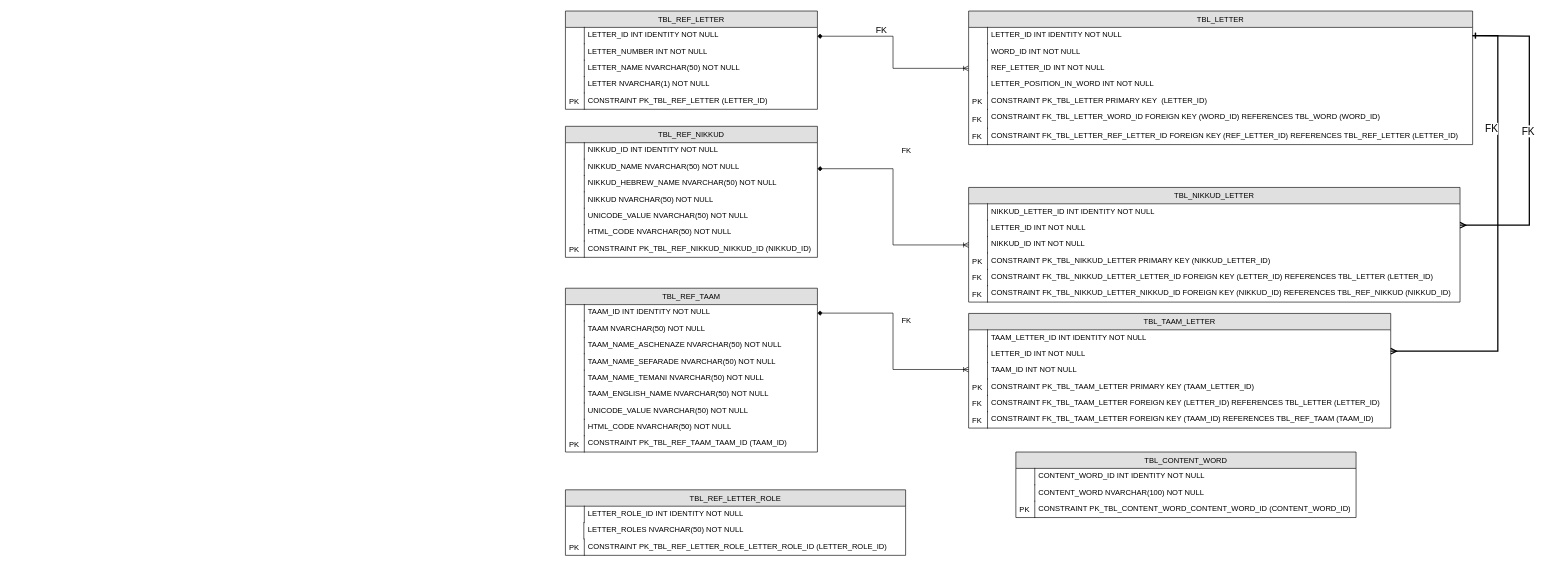
Earlier version of the draw.io diagram database/db_drawings/letters.schema.drawio (mdanielov/limud-kodesh). Source tidied: cells renumbered, new cells numbered last; positions are measured from the earlier drawing's top-left corner, leaving out a move shared by most shapes. Both pictures are drawn from the tidied source at 63%, with x=0, y=0 at pixel (565, 11).
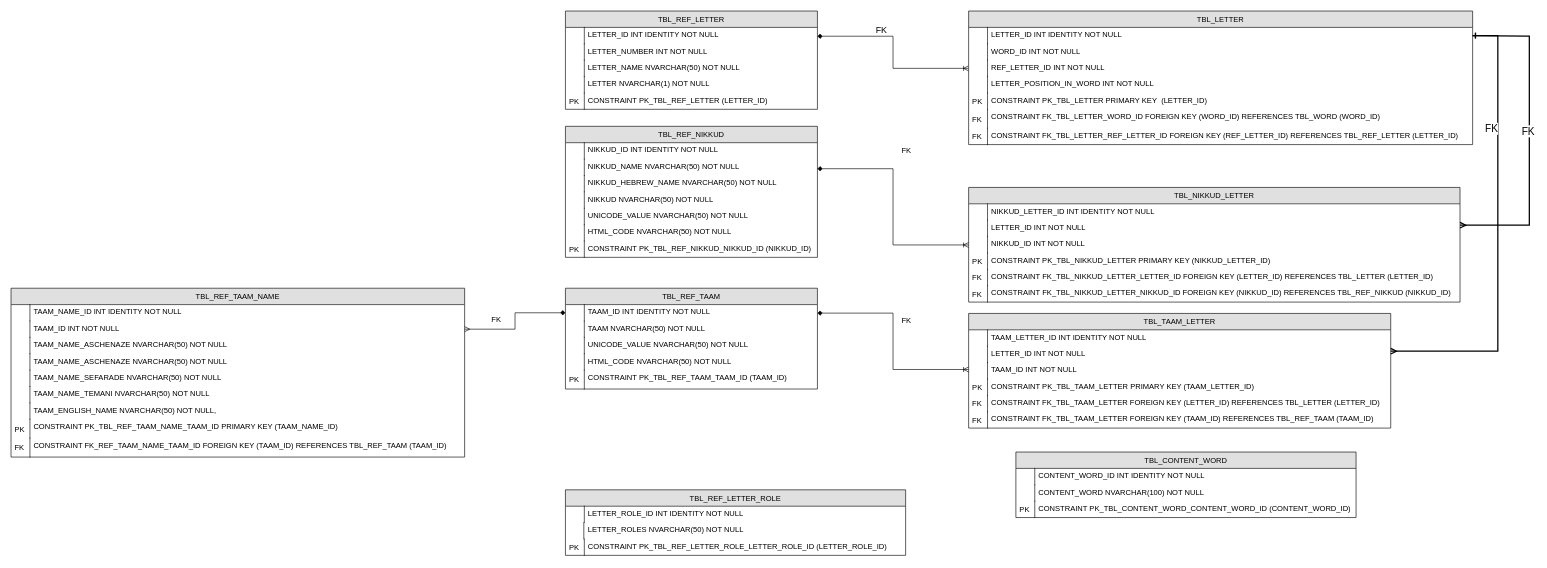
The same page after the edit.

Commit message (it also covers changes not shown here):
New table 06_tbl_ref_taam_name and update python code of insert letters,taam and nikkud in db

Unchanged cells that the change refers to:
```xml
<mxCell id="32" value="TAAM_ID INT IDENTITY NOT NULL" style="shape=partialRectangle;top=0;left=0;right=0;bottom=0;align=left;verticalAlign=top;spacingTop=-2;fillColor=none;spacingLeft=34;spacingRight=4;overflow=hidden;points=[[0,0.5],[1,0.5]];portConstraint=eastwest;" parent="31" vertex="1">
  <mxGeometry y="26" width="400" height="26" as="geometry" />
</mxCell>
```

Change to the diagram source:
```diff
@@
     <mxCell id="31" value="TBL_REF_TAAM" style="swimlane;fontStyle=0;horizontal=1;startSize=26;fillColor=#e0e0e0;swimlaneFillColor=#ffffff;align=center;" parent="1" vertex="1">
-      <mxGeometry y="440" width="400" height="260" as="geometry" />
+      <mxGeometry y="440" width="400" height="160" as="geometry" />
     </mxCell>
@@
-    <mxCell id="36" value="TAAM_NAME_ASCHENAZE NVARCHAR(50) NOT NULL" style="shape=partialRectangle;top=0;left=0;right=0;bottom=0;align=left;verticalAlign=top;spacingTop=-2;fillColor=none;spacingLeft=34;spacingRight=4;overflow=hidden;" parent="31" vertex="1">
-      <mxGeometry y="78" width="400" height="26" as="geometry" />
-    </mxCell>
-    <mxCell id="37" style="shape=partialRectangle;top=0;left=0;bottom=0;fillColor=none;align=left;verticalAlign=middle;spacingLeft=4;spacingRight=4;overflow=hidden;" parent="36" vertex="1">
-      <mxGeometry width="30" height="26" as="geometry" />
-    </mxCell>
-    <mxCell id="38" value="TAAM_NAME_SEFARADE NVARCHAR(50) NOT NULL" style="shape=partialRectangle;top=0;left=0;right=0;bottom=0;align=left;verticalAlign=top;spacingTop=-2;fillColor=none;spacingLeft=34;spacingRight=4;overflow=hidden;" parent="31" vertex="1">
-      <mxGeometry y="104" width="400" height="26" as="geometry" />
-    </mxCell>
-    <mxCell id="39" style="shape=partialRectangle;top=0;left=0;bottom=0;fillColor=none;align=left;verticalAlign=middle;spacingLeft=4;spacingRight=4;overflow=hidden;" parent="38" vertex="1">
-      <mxGeometry width="30" height="26" as="geometry" />
-    </mxCell>
-    <mxCell id="40" value="TAAM_NAME_TEMANI NVARCHAR(50) NOT NULL" style="shape=partialRectangle;top=0;left=0;right=0;bottom=0;align=left;verticalAlign=top;spacingTop=-2;fillColor=none;spacingLeft=34;spacingRight=4;overflow=hidden;" parent="31" vertex="1">
-      <mxGeometry y="130" width="400" height="26" as="geometry" />
-    </mxCell>
-    <mxCell id="41" style="shape=partialRectangle;top=0;left=0;bottom=0;fillColor=none;align=left;verticalAlign=middle;spacingLeft=4;spacingRight=4;overflow=hidden;" parent="40" vertex="1">
-      <mxGeometry width="30" height="26" as="geometry" />
-    </mxCell>
-    <mxCell id="42" value="TAAM_ENGLISH_NAME NVARCHAR(50) NOT NULL" style="shape=partialRectangle;top=0;left=0;right=0;bottom=0;align=left;verticalAlign=top;spacingTop=-2;fillColor=none;spacingLeft=34;spacingRight=4;overflow=hidden;" parent="31" vertex="1">
-      <mxGeometry y="156" width="400" height="26" as="geometry" />
-    </mxCell>
-    <mxCell id="43" style="shape=partialRectangle;top=0;left=0;bottom=0;fillColor=none;align=left;verticalAlign=middle;spacingLeft=4;spacingRight=4;overflow=hidden;" parent="42" vertex="1">
-      <mxGeometry width="30" height="26" as="geometry" />
-    </mxCell>
     <mxCell id="44" value="UNICODE_VALUE NVARCHAR(50) NOT NULL" style="shape=partialRectangle;top=0;left=0;right=0;bottom=0;align=left;verticalAlign=top;spacingTop=-2;fillColor=none;spacingLeft=34;spacingRight=4;overflow=hidden;" parent="31" vertex="1">
-      <mxGeometry y="182" width="400" height="26" as="geometry" />
+      <mxGeometry y="78" width="400" height="26" as="geometry" />
     </mxCell>
@@
     <mxCell id="46" value="HTML_CODE NVARCHAR(50) NOT NULL" style="shape=partialRectangle;top=0;left=0;right=0;bottom=0;align=left;verticalAlign=top;spacingTop=-2;fillColor=none;spacingLeft=34;spacingRight=4;overflow=hidden;" parent="31" vertex="1">
-      <mxGeometry y="208" width="400" height="26" as="geometry" />
+      <mxGeometry y="104" width="400" height="26" as="geometry" />
     </mxCell>
@@
     <mxCell id="48" value="CONSTRAINT PK_TBL_REF_TAAM_TAAM_ID  (TAAM_ID)" style="shape=partialRectangle;top=0;left=0;right=0;bottom=0;align=left;verticalAlign=top;spacingTop=-2;fillColor=none;spacingLeft=34;spacingRight=4;overflow=hidden;" parent="31" vertex="1">
-      <mxGeometry y="234" width="400" height="26" as="geometry" />
+      <mxGeometry y="130" width="400" height="30" as="geometry" />
     </mxCell>
     <mxCell id="49" value="PK" style="shape=partialRectangle;top=0;left=0;bottom=0;fillColor=none;align=left;verticalAlign=middle;spacingLeft=4;spacingRight=4;overflow=hidden;" parent="48" vertex="1">
-      <mxGeometry width="30" height="26" as="geometry" />
+      <mxGeometry width="30" height="30" as="geometry" />
     </mxCell>
@@
+    <mxCell id="113" value="TBL_REF_TAAM_NAME" style="swimlane;fontStyle=0;horizontal=1;startSize=26;fillColor=#e0e0e0;swimlaneFillColor=#ffffff;align=center;" parent="1" vertex="1">
+      <mxGeometry x="-880" y="440" width="720" height="268" as="geometry" />
+    </mxCell>
+    <mxCell id="114" value="TAAM_NAME_ID INT IDENTITY NOT NULL" style="shape=partialRectangle;top=0;left=0;right=0;bottom=0;align=left;verticalAlign=top;spacingTop=-2;fillColor=none;spacingLeft=34;spacingRight=4;overflow=hidden;" parent="113" vertex="1">
+      <mxGeometry y="26" width="720" height="26" as="geometry" />
+    </mxCell>
+    <mxCell id="115" style="shape=partialRectangle;top=0;left=0;bottom=0;fillColor=none;align=left;verticalAlign=middle;spacingLeft=4;spacingRight=4;overflow=hidden;" parent="114" vertex="1">
+      <mxGeometry width="30" height="26" as="geometry" />
+    </mxCell>
+    <mxCell id="116" value="TAAM_ID INT NOT NULL" style="shape=partialRectangle;top=0;left=0;right=0;bottom=0;align=left;verticalAlign=top;spacingTop=-2;fillColor=none;spacingLeft=34;spacingRight=4;overflow=hidden;points=[[0,0.5],[1,0.5]];portConstraint=eastwest;" parent="113" vertex="1">
+      <mxGeometry y="52" width="720" height="26" as="geometry" />
+    </mxCell>
+    <mxCell id="117" style="shape=partialRectangle;top=0;left=0;bottom=0;fillColor=none;align=left;verticalAlign=middle;spacingLeft=4;spacingRight=4;overflow=hidden;" parent="116" vertex="1">
+      <mxGeometry width="30" height="26" as="geometry" />
+    </mxCell>
+    <mxCell id="118" value="TAAM_NAME_ASCHENAZE NVARCHAR(50) NOT NULL" style="shape=partialRectangle;top=0;left=0;right=0;bottom=0;align=left;verticalAlign=top;spacingTop=-2;fillColor=none;spacingLeft=34;spacingRight=4;overflow=hidden;" parent="113" vertex="1">
+      <mxGeometry y="78" width="720" height="26" as="geometry" />
+    </mxCell>
+    <mxCell id="119" style="shape=partialRectangle;top=0;left=0;bottom=0;fillColor=none;align=left;verticalAlign=middle;spacingLeft=4;spacingRight=4;overflow=hidden;" parent="118" vertex="1">
+      <mxGeometry width="30" height="26" as="geometry" />
+    </mxCell>
+    <mxCell id="120" value="TAAM_NAME_ASCHENAZE NVARCHAR(50) NOT NULL" style="shape=partialRectangle;top=0;left=0;right=0;bottom=0;align=left;verticalAlign=top;spacingTop=-2;fillColor=none;spacingLeft=34;spacingRight=4;overflow=hidden;" parent="113" vertex="1">
+      <mxGeometry y="104" width="720" height="26" as="geometry" />
+    </mxCell>
+    <mxCell id="121" style="shape=partialRectangle;top=0;left=0;bottom=0;fillColor=none;align=left;verticalAlign=middle;spacingLeft=4;spacingRight=4;overflow=hidden;" parent="120" vertex="1">
+      <mxGeometry width="30" height="26" as="geometry" />
+    </mxCell>
+    <mxCell id="38" value="TAAM_NAME_SEFARADE NVARCHAR(50) NOT NULL" style="shape=partialRectangle;top=0;left=0;right=0;bottom=0;align=left;verticalAlign=top;spacingTop=-2;fillColor=none;spacingLeft=34;spacingRight=4;overflow=hidden;" parent="113" vertex="1">
+      <mxGeometry y="130" width="720" height="26" as="geometry" />
+    </mxCell>
+    <mxCell id="122" style="shape=partialRectangle;top=0;left=0;bottom=0;fillColor=none;align=left;verticalAlign=middle;spacingLeft=4;spacingRight=4;overflow=hidden;" parent="38" vertex="1">
+      <mxGeometry width="30" height="26" as="geometry" />
+    </mxCell>
+    <mxCell id="40" value="TAAM_NAME_TEMANI NVARCHAR(50) NOT NULL" style="shape=partialRectangle;top=0;left=0;right=0;bottom=0;align=left;verticalAlign=top;spacingTop=-2;fillColor=none;spacingLeft=34;spacingRight=4;overflow=hidden;" parent="113" vertex="1">
+      <mxGeometry y="156" width="720" height="26" as="geometry" />
+    </mxCell>
+    <mxCell id="123" style="shape=partialRectangle;top=0;left=0;bottom=0;fillColor=none;align=left;verticalAlign=middle;spacingLeft=4;spacingRight=4;overflow=hidden;" parent="40" vertex="1">
+      <mxGeometry width="30" height="26" as="geometry" />
+    </mxCell>
+    <mxCell id="124" value="TAAM_ENGLISH_NAME NVARCHAR(50) NOT NULL," style="shape=partialRectangle;top=0;left=0;right=0;bottom=0;align=left;verticalAlign=top;spacingTop=-2;fillColor=none;spacingLeft=34;spacingRight=4;overflow=hidden;" parent="113" vertex="1">
+      <mxGeometry y="182" width="720" height="26" as="geometry" />
+    </mxCell>
+    <mxCell id="125" style="shape=partialRectangle;top=0;left=0;bottom=0;fillColor=none;align=left;verticalAlign=middle;spacingLeft=4;spacingRight=4;overflow=hidden;" parent="124" vertex="1">
+      <mxGeometry width="30" height="26" as="geometry" />
+    </mxCell>
+    <mxCell id="126" value="CONSTRAINT PK_TBL_REF_TAAM_NAME_TAAM_ID PRIMARY KEY (TAAM_NAME_ID)" style="shape=partialRectangle;top=0;left=0;right=0;bottom=0;align=left;verticalAlign=top;spacingTop=-2;fillColor=none;spacingLeft=34;spacingRight=4;overflow=hidden;" parent="113" vertex="1">
+      <mxGeometry y="208" width="720" height="30" as="geometry" />
+    </mxCell>
+    <mxCell id="127" value="PK" style="shape=partialRectangle;top=0;left=0;bottom=0;fillColor=none;align=left;verticalAlign=middle;spacingLeft=4;spacingRight=4;overflow=hidden;" parent="126" vertex="1">
+      <mxGeometry width="30" height="30" as="geometry" />
+    </mxCell>
+    <mxCell id="128" value="CONSTRAINT FK_REF_TAAM_NAME_TAAM_ID FOREIGN KEY (TAAM_ID) REFERENCES TBL_REF_TAAM (TAAM_ID)" style="shape=partialRectangle;top=0;left=0;right=0;bottom=0;align=left;verticalAlign=top;spacingTop=-2;fillColor=none;spacingLeft=34;spacingRight=4;overflow=hidden;" parent="113" vertex="1">
+      <mxGeometry y="238" width="720" height="30" as="geometry" />
+    </mxCell>
+    <mxCell id="129" value="FK" style="shape=partialRectangle;top=0;left=0;bottom=0;fillColor=none;align=left;verticalAlign=middle;spacingLeft=4;spacingRight=4;overflow=hidden;" parent="128" vertex="1">
+      <mxGeometry width="30" height="30" as="geometry" />
+    </mxCell>
+    <mxCell id="130" style="edgeStyle=orthogonalEdgeStyle;rounded=0;jettySize=auto;html=1;entryX=0;entryY=0.5;entryDx=0;entryDy=0;endArrow=diamond;endFill=1;startArrow=ERmany;startFill=0;" parent="1" edge="1" source="116" target="32">
+      <mxGeometry relative="1" as="geometry" />
+    </mxCell>
+    <mxCell id="131" value="FK" style="text;html=1;align=center;verticalAlign=middle;" parent="1" vertex="1">
+      <mxGeometry x="-125" y="480" width="30" height="20" as="geometry" />
+    </mxCell>
```
